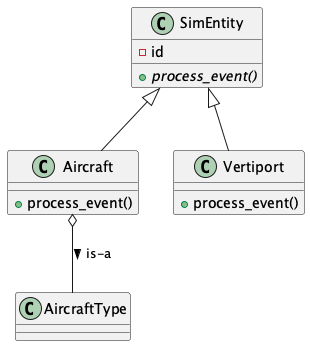
This is doc_inc/sim_entity_hierarchy.png from davidkristola/ta20260314, a PlantUML export, as it was before one commit. The source it was exported from:
```plantuml
@startuml{sim_entity_hierarchy.png}
SimEntity <|-- Aircraft
SimEntity <|-- Vertiport
Aircraft o-- AircraftType : is-a >

class SimEntity {
    -id
    {abstract} +process_event()
}

class Aircraft {
    +process_event()
}

class Vertiport {
    +process_event()
}

@enduml
```
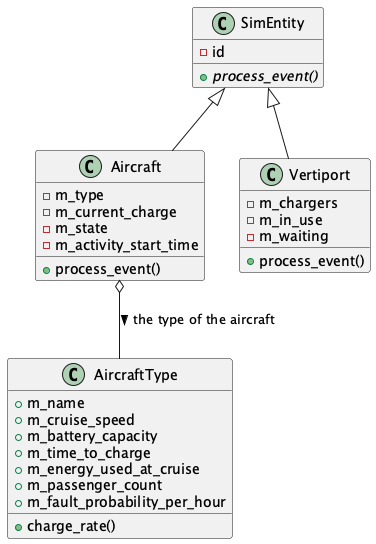
Above is the later version.

The edit, as a diff of the source:
```diff
@@ -1,7 +1,7 @@
 @startuml{sim_entity_hierarchy.png}
 SimEntity <|-- Aircraft
 SimEntity <|-- Vertiport
-Aircraft o-- AircraftType : is-a >
+Aircraft o-- AircraftType : the type of the aircraft >
 
 class SimEntity {
     -id
@@ -9,11 +9,29 @@
 }
 
 class Aircraft {
+    -m_type
+    -m_current_charge
+    -m_state
+    -m_activity_start_time
     +process_event()
 }
 
 class Vertiport {
+    -m_chargers
+    -m_in_use
+    -m_waiting
     +process_event()
 }
 
+class AircraftType {
+    +m_name
+    +m_cruise_speed
+    +m_battery_capacity
+    +m_time_to_charge
+    +m_energy_used_at_cruise
+    +m_passenger_count
+    +m_fault_probability_per_hour
+    +charge_rate()
+}
+
 @enduml
```
